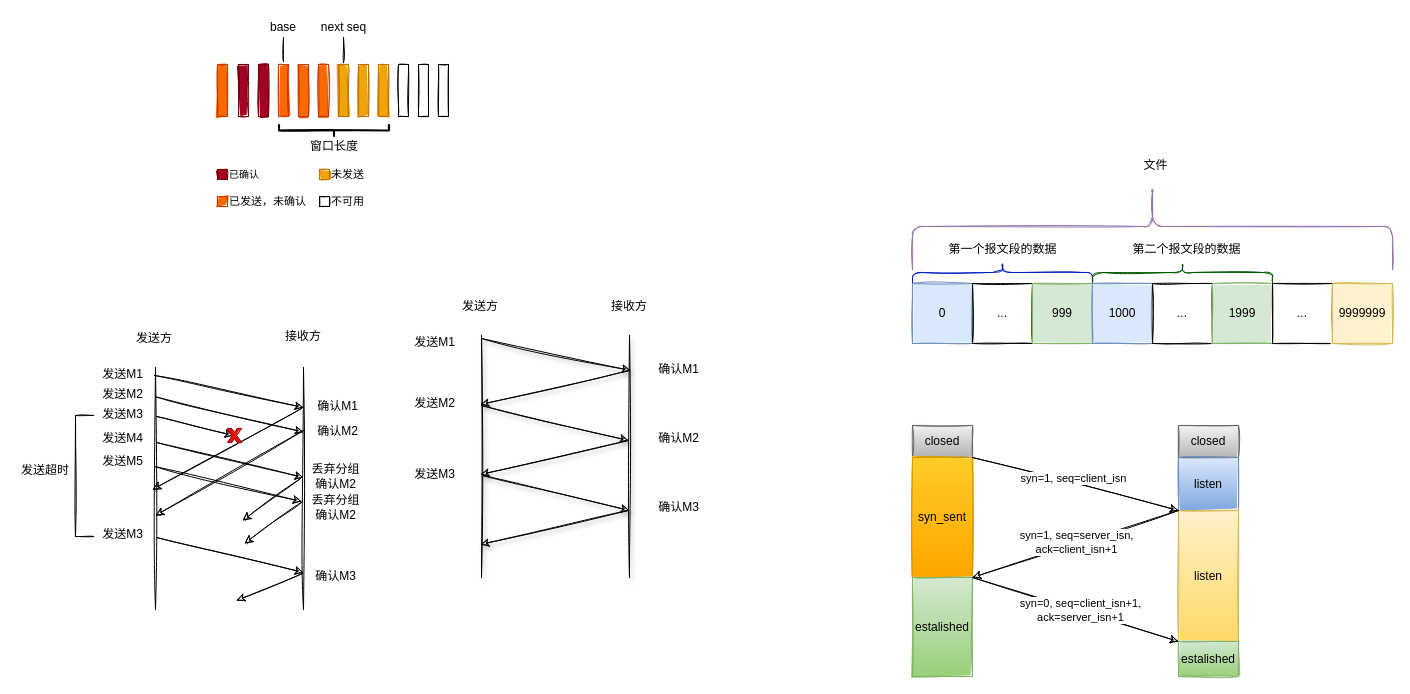
Earlier version of the draw.io diagram 未命名绘图.drawio (FantasyDream/diagrams). Source tidied: cells renumbered, new cells numbered last; positions are measured from the earlier drawing's top-left corner, leaving out a move shared by most shapes. Both pictures are drawn from the tidied source at 100%, with x=0, y=0 at pixel (17, -14).
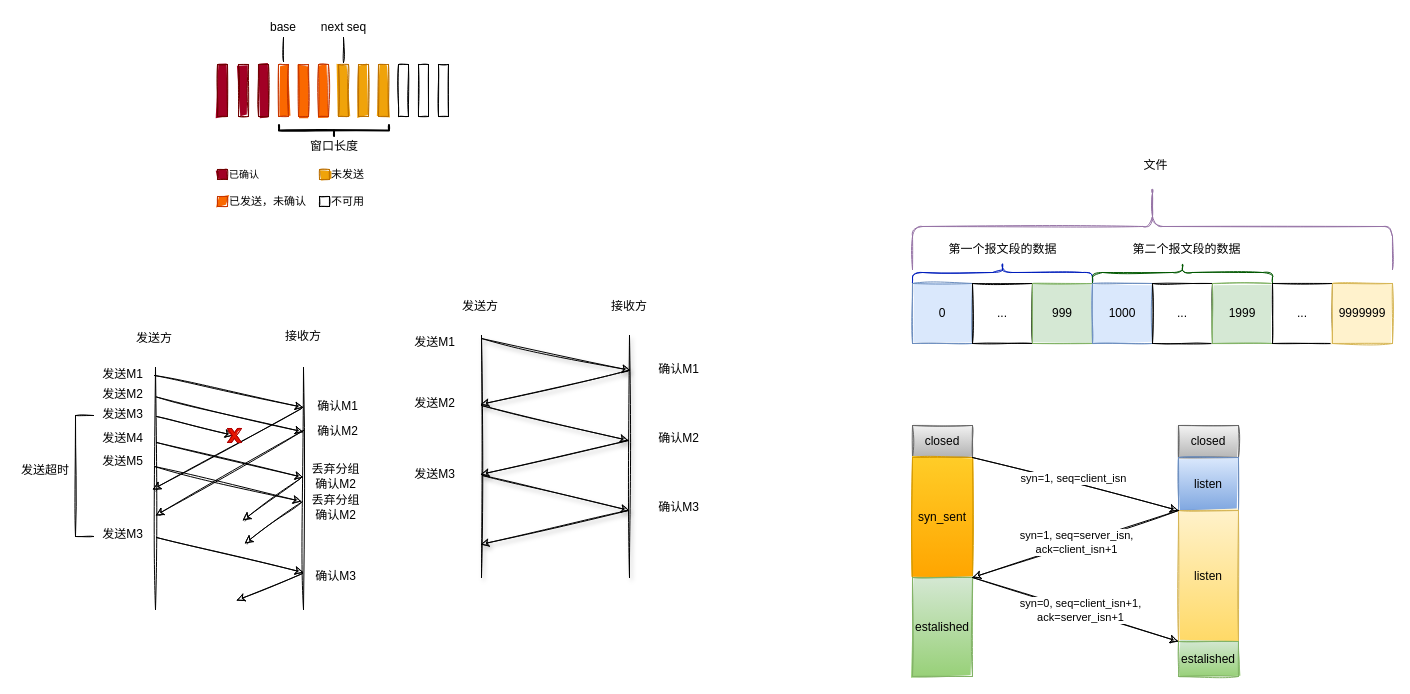
The same page after the edit.

Commit message:
更新未命名绘图.drawio

Change to the diagram source:
```diff
@@
-    <mxCell id="45" style="rounded=0;whiteSpace=wrap;html=1;shadow=0;glass=0;sketch=1;fillColor=#fa6800;strokeColor=#C73500;fontColor=#ffffff;fillStyle=solid;" parent="1" vertex="1">
+    <mxCell id="45" style="rounded=0;whiteSpace=wrap;html=1;shadow=0;glass=0;sketch=1;fillColor=#a20025;strokeColor=#6F0000;fontColor=#ffffff;fillStyle=solid;" parent="1" vertex="1">
       <mxGeometry x="200" y="78" width="10" height="52" as="geometry" />
     </mxCell>
```
